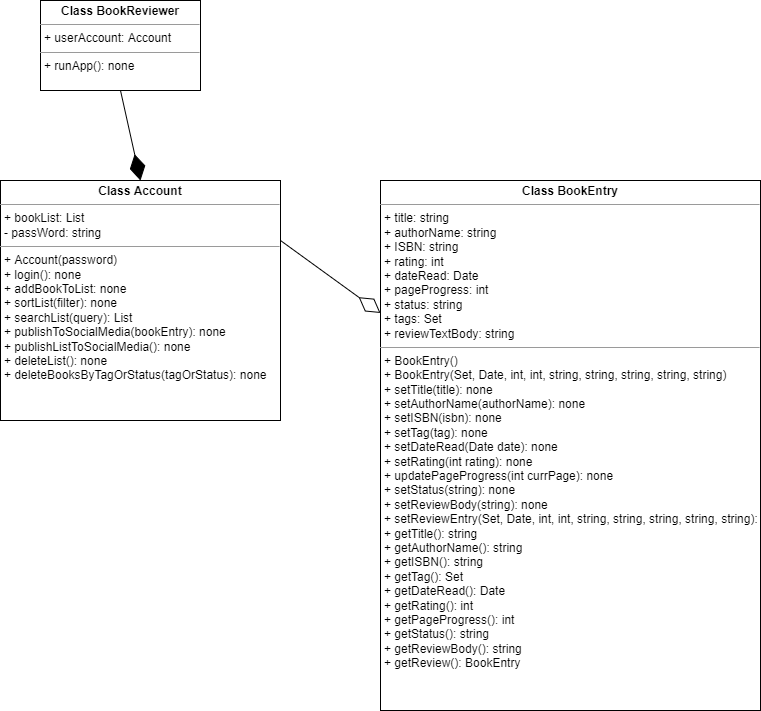
The draw.io diagram specs/system diagrams/inheritance.drawio.png in cse110-fa22-group13/cse110-fa22-group13, before a commit. Source tidied: cells renumbered, new cells last; positions are measured from the earlier drawing's top-left corner, leaving out a move shared by most shapes.
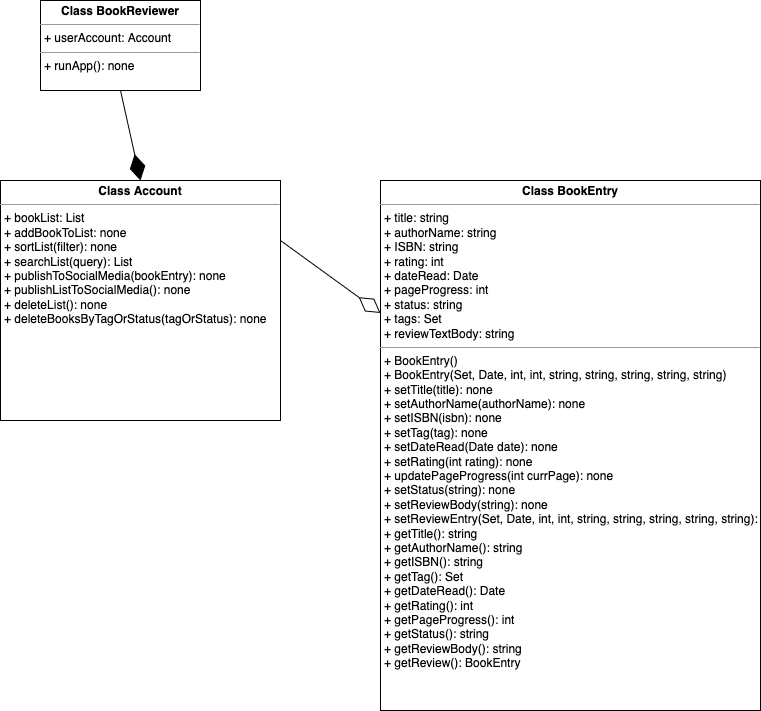
The same diagram one commit later.

Commit message:
fix: change diagrams file to remove any account mentions

The edit, as a diff of the source:
```diff
@@ -2,7 +2,7 @@
   <root>
     <mxCell id="0" />
     <mxCell id="1" parent="0" />
-    <mxCell id="2" value="&lt;p style=&quot;margin: 0px ; margin-top: 4px ; text-align: center&quot;&gt;&lt;b&gt;Class Account&lt;/b&gt;&lt;/p&gt;&lt;hr size=&quot;1&quot;&gt;&lt;p style=&quot;margin: 0px ; margin-left: 4px&quot;&gt;+ bookList: List&lt;/p&gt;&lt;p style=&quot;margin: 0px ; margin-left: 4px&quot;&gt;- passWord: string&lt;/p&gt;&lt;hr size=&quot;1&quot;&gt;&lt;p style=&quot;margin: 0px ; margin-left: 4px&quot;&gt;+ Account(password)&lt;/p&gt;&lt;p style=&quot;margin: 0px ; margin-left: 4px&quot;&gt;+ login(): none&lt;/p&gt;&lt;p style=&quot;margin: 0px ; margin-left: 4px&quot;&gt;+ addBookToList: none&lt;/p&gt;&lt;p style=&quot;margin: 0px ; margin-left: 4px&quot;&gt;+ sortList(filter): none&lt;/p&gt;&lt;p style=&quot;margin: 0px ; margin-left: 4px&quot;&gt;+ searchList(query): List&lt;/p&gt;&lt;p style=&quot;margin: 0px ; margin-left: 4px&quot;&gt;+ publishToSocialMedia(bookEntry): none&lt;/p&gt;&lt;p style=&quot;margin: 0px ; margin-left: 4px&quot;&gt;+ publishListToSocialMedia(): none&lt;/p&gt;&lt;p style=&quot;margin: 0px ; margin-left: 4px&quot;&gt;+ deleteList(): none&lt;/p&gt;&lt;p style=&quot;margin: 0px ; margin-left: 4px&quot;&gt;+ deleteBooksByTagOrStatus(tagOrStatus): none&lt;/p&gt;" style="verticalAlign=top;align=left;overflow=fill;fontSize=12;fontFamily=Helvetica;html=1;" parent="1" vertex="1">
+    <mxCell id="2" value="&lt;p style=&quot;margin: 0px ; margin-top: 4px ; text-align: center&quot;&gt;&lt;b&gt;Class Account&lt;/b&gt;&lt;/p&gt;&lt;hr size=&quot;1&quot;&gt;&lt;p style=&quot;margin: 0px ; margin-left: 4px&quot;&gt;+ bookList: List&lt;/p&gt;&lt;p style=&quot;margin: 0px ; margin-left: 4px&quot;&gt;&lt;/p&gt;&lt;p style=&quot;margin: 0px ; margin-left: 4px&quot;&gt;&lt;span&gt;+ addBookToList: none&lt;/span&gt;&lt;br&gt;&lt;/p&gt;&lt;p style=&quot;margin: 0px ; margin-left: 4px&quot;&gt;+ sortList(filter): none&lt;/p&gt;&lt;p style=&quot;margin: 0px ; margin-left: 4px&quot;&gt;+ searchList(query): List&lt;/p&gt;&lt;p style=&quot;margin: 0px ; margin-left: 4px&quot;&gt;+ publishToSocialMedia(bookEntry): none&lt;/p&gt;&lt;p style=&quot;margin: 0px ; margin-left: 4px&quot;&gt;+ publishListToSocialMedia(): none&lt;/p&gt;&lt;p style=&quot;margin: 0px ; margin-left: 4px&quot;&gt;+ deleteList(): none&lt;/p&gt;&lt;p style=&quot;margin: 0px ; margin-left: 4px&quot;&gt;+ deleteBooksByTagOrStatus(tagOrStatus): none&lt;/p&gt;" style="verticalAlign=top;align=left;overflow=fill;fontSize=12;fontFamily=Helvetica;html=1;" parent="1" vertex="1">
       <mxGeometry y="180" width="280" height="240" as="geometry" />
     </mxCell>
     <mxCell id="3" value="&lt;p style=&quot;margin: 4px 0px 0px ; text-align: center&quot;&gt;&lt;b&gt;Class BookEntry&lt;/b&gt;&lt;/p&gt;&lt;hr size=&quot;1&quot;&gt;&lt;p style=&quot;margin: 0px 0px 0px 4px&quot;&gt;+ title: string&lt;/p&gt;&lt;p style=&quot;margin: 0px 0px 0px 4px&quot;&gt;+ authorName: string&lt;/p&gt;&lt;p style=&quot;margin: 0px 0px 0px 4px&quot;&gt;+ ISBN: string&lt;/p&gt;&lt;p style=&quot;margin: 0px 0px 0px 4px&quot;&gt;+ rating: int&lt;/p&gt;&lt;p style=&quot;margin: 0px 0px 0px 4px&quot;&gt;+ dateRead: Date&lt;/p&gt;&lt;p style=&quot;margin: 0px 0px 0px 4px&quot;&gt;+ pageProgress: int&lt;/p&gt;&lt;p style=&quot;margin: 0px 0px 0px 4px&quot;&gt;+ status: string&lt;/p&gt;&lt;p style=&quot;margin: 0px 0px 0px 4px&quot;&gt;+ tags: Set&lt;br&gt;+ reviewTextBody: string&lt;/p&gt;&lt;hr size=&quot;1&quot;&gt;&lt;p style=&quot;margin: 0px 0px 0px 4px&quot;&gt;+ BookEntry()&lt;/p&gt;&lt;p style=&quot;margin: 0px 0px 0px 4px&quot;&gt;+ BookEntry(Set, Date, int, int, string, string, string, string, string)&lt;br&gt;&lt;/p&gt;&lt;p style=&quot;margin: 0px 0px 0px 4px&quot;&gt;+ setTitle(title): none&lt;/p&gt;&lt;p style=&quot;margin: 0px 0px 0px 4px&quot;&gt;+ setAuthorName(authorName): none&lt;/p&gt;&lt;p style=&quot;margin: 0px 0px 0px 4px&quot;&gt;+ setISBN(isbn): none&lt;/p&gt;&lt;p style=&quot;margin: 0px 0px 0px 4px&quot;&gt;+ setTag(tag): none&lt;br&gt;&lt;/p&gt;&lt;p style=&quot;margin: 0px 0px 0px 4px&quot;&gt;+ setDateRead(Date date): none&lt;br&gt;+ setRating(int rating): none&lt;br&gt;&lt;/p&gt;&lt;p style=&quot;margin: 0px 0px 0px 4px&quot;&gt;+ updatePageProgress(int currPage): none&lt;br&gt;&lt;/p&gt;&lt;p style=&quot;margin: 0px 0px 0px 4px&quot;&gt;+ setStatus(string): none&lt;/p&gt;&lt;p style=&quot;margin: 0px 0px 0px 4px&quot;&gt;+ setReviewBody(string): none&lt;/p&gt;&lt;p style=&quot;margin: 0px 0px 0px 4px&quot;&gt;+ setReviewEntry(Set, Date, int, int, string, string, string, string, string): none&lt;/p&gt;&lt;p style=&quot;margin: 0px 0px 0px 4px&quot;&gt;+ getTitle(): string&lt;/p&gt;&lt;p style=&quot;margin: 0px 0px 0px 4px&quot;&gt;+ getAuthorName(): string&lt;/p&gt;&lt;p style=&quot;margin: 0px 0px 0px 4px&quot;&gt;+ getISBN(): string&lt;/p&gt;&lt;p style=&quot;margin: 0px 0px 0px 4px&quot;&gt;+ getTag(): Set&lt;/p&gt;&lt;p style=&quot;margin: 0px 0px 0px 4px&quot;&gt;+ getDateRead(): Date&lt;/p&gt;&lt;p style=&quot;margin: 0px 0px 0px 4px&quot;&gt;+ getRating(): int&lt;/p&gt;&lt;p style=&quot;margin: 0px 0px 0px 4px&quot;&gt;+ getPageProgress(): int&lt;/p&gt;&lt;p style=&quot;margin: 0px 0px 0px 4px&quot;&gt;+ getStatus(): string&lt;br&gt;&lt;/p&gt;&lt;p style=&quot;margin: 0px 0px 0px 4px&quot;&gt;+ getReviewBody(): string&lt;br&gt;&lt;/p&gt;&lt;p style=&quot;margin: 0px 0px 0px 4px&quot;&gt;+ getReview(): BookEntry&lt;/p&gt;" style="verticalAlign=top;align=left;overflow=fill;fontSize=12;fontFamily=Helvetica;html=1;" parent="1" vertex="1">
```
